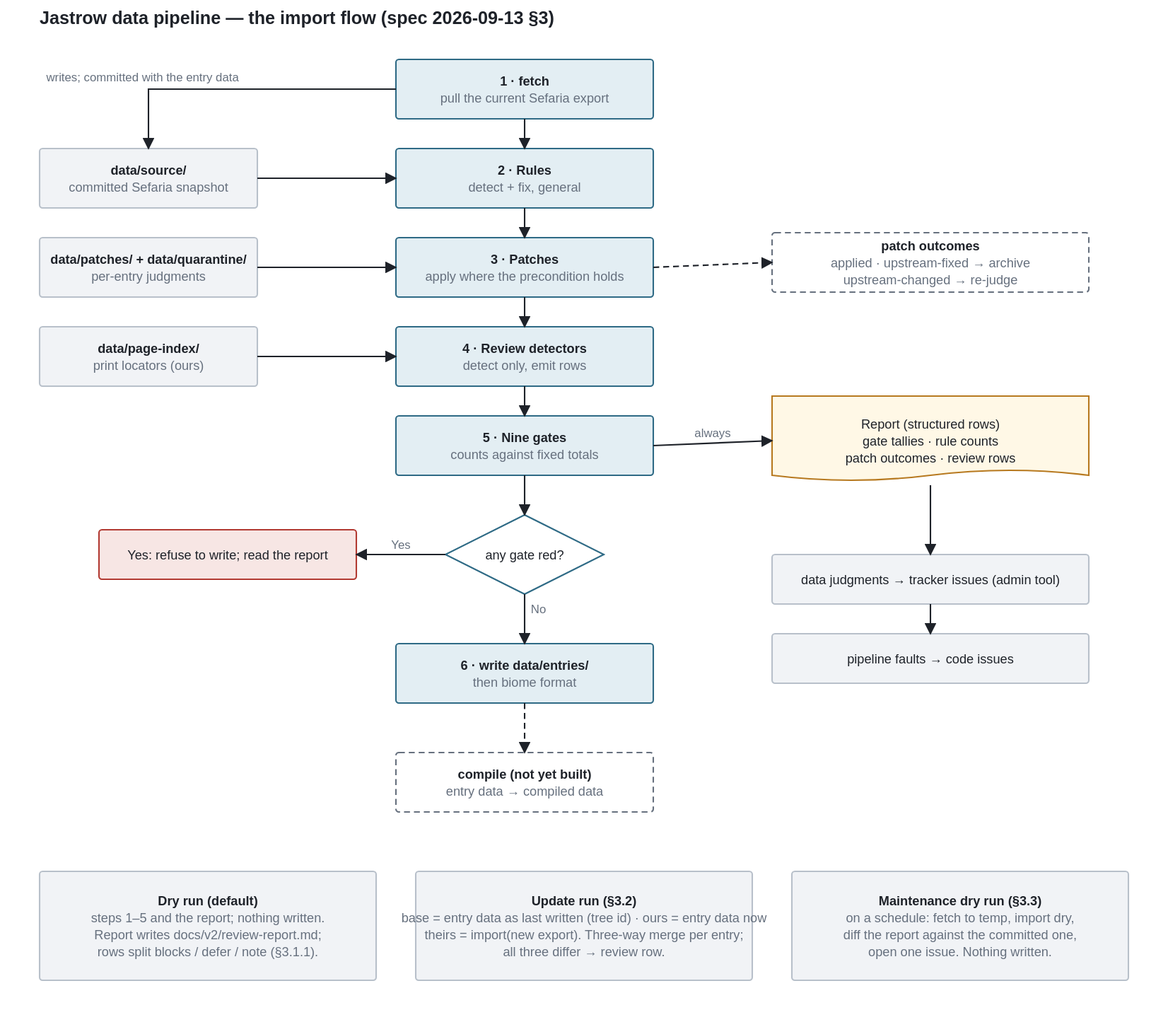
Earlier version of the draw.io export docs/pipeline-flow.drawio.svg (UniquePixels/jastrow). Source tidied: cells renumbered, new cells last; positions are measured from the earlier drawing's top-left corner, leaving out a move shared by most shapes.
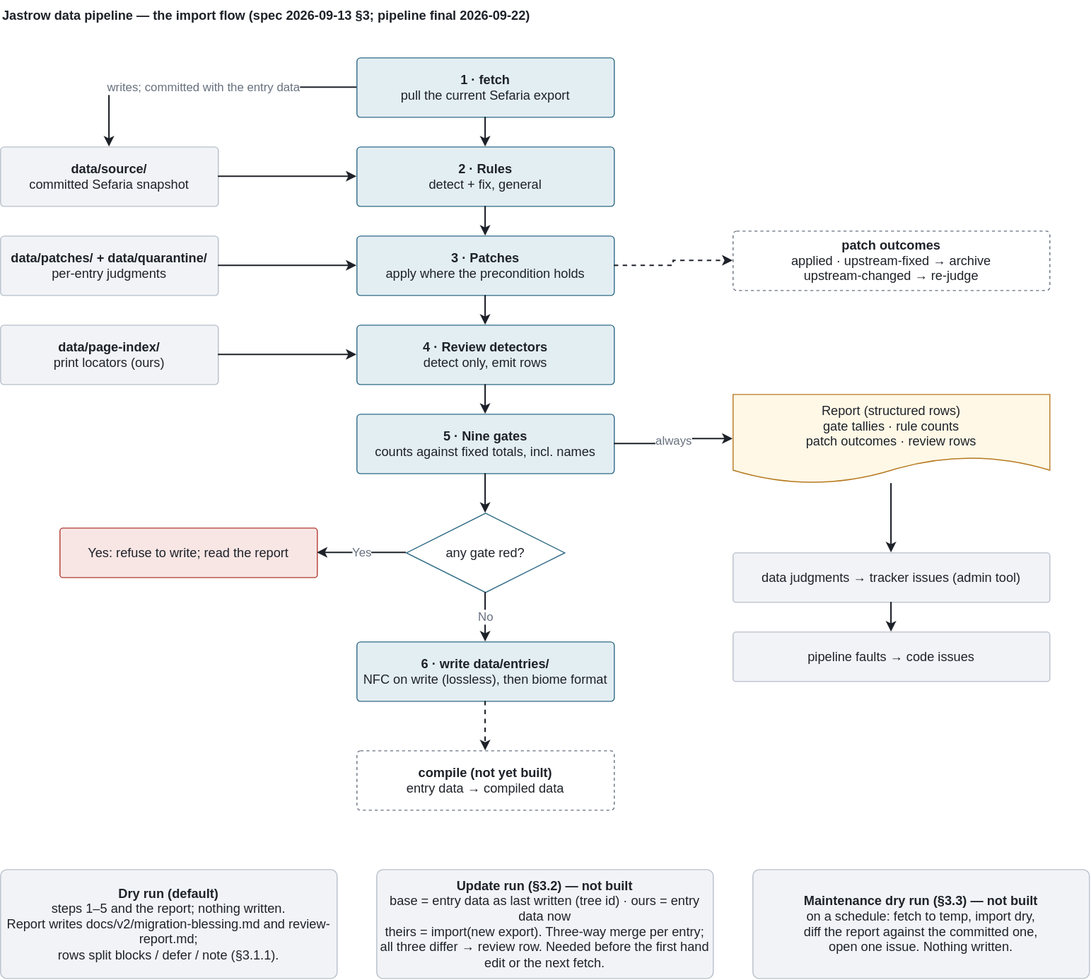
Later version of the same file.

Commit message:
📖 doc(flow): mark the unbuilt runs, note nfc

The update run and the maintenance dry run are designed, not
built; the write step now normalizes to NFC; the dry run names
both generated documents; the nine gates include names. The
slug-index input was already absent after #129.

The edit, as a diff of the source:
```diff
@@ -2,7 +2,7 @@
   <root>
     <mxCell id="0" />
     <mxCell id="1" parent="0" />
-    <mxCell id="2" value="Jastrow data pipeline — the import flow (spec 2026-09-13 §3)" style="text;html=1;align=left;verticalAlign=middle;fontSize=18;fontStyle=1;fontFamily=Helvetica;fontSize=13;fontColor=#1E2229;" parent="1" vertex="1">
+    <mxCell id="2" value="Jastrow data pipeline — the import flow (spec 2026-09-13 §3; pipeline final 2026-09-22)" style="text;html=1;align=left;verticalAlign=middle;fontSize=18;fontStyle=1;fontFamily=Helvetica;fontSize=13;fontColor=#1E2229;" parent="1" vertex="1">
       <mxGeometry width="700" height="30" as="geometry" />
     </mxCell>
     <mxCell id="3" value="&lt;b&gt;data/source/&lt;/b&gt;&lt;br&gt;committed Sefaria snapshot" style="rounded=1;arcSize=6;whiteSpace=wrap;html=1;fontFamily=Helvetica;fontSize=13;fontColor=#1E2229;fillColor=#F1F3F6;strokeColor=#B8C0CA;" parent="1" vertex="1">
@@ -26,13 +26,13 @@
     <mxCell id="9" value="&lt;b&gt;4 · Review detectors&lt;/b&gt;&lt;br&gt;detect only, emit rows" style="rounded=1;arcSize=6;whiteSpace=wrap;html=1;fontFamily=Helvetica;fontSize=13;fontColor=#1E2229;fillColor=#E3EEF3;strokeColor=#2E6A85;" parent="1" vertex="1">
       <mxGeometry x="360" y="328" width="260" height="60" as="geometry" />
     </mxCell>
-    <mxCell id="10" value="&lt;b&gt;5 · Nine gates&lt;/b&gt;&lt;br&gt;counts against fixed totals" style="rounded=1;arcSize=6;whiteSpace=wrap;html=1;fontFamily=Helvetica;fontSize=13;fontColor=#1E2229;fillColor=#E3EEF3;strokeColor=#2E6A85;" parent="1" vertex="1">
+    <mxCell id="10" value="&lt;b&gt;5 · Nine gates&lt;/b&gt;&lt;br&gt;counts against fixed totals, incl. names" style="rounded=1;arcSize=6;whiteSpace=wrap;html=1;fontFamily=Helvetica;fontSize=13;fontColor=#1E2229;fillColor=#E3EEF3;strokeColor=#2E6A85;" parent="1" vertex="1">
       <mxGeometry x="360" y="418" width="260" height="60" as="geometry" />
     </mxCell>
     <mxCell id="11" value="any gate red?" style="rhombus;whiteSpace=wrap;html=1;fontFamily=Helvetica;fontSize=13;fontColor=#1E2229;fillColor=#FFFFFF;strokeColor=#2E6A85;" parent="1" vertex="1">
       <mxGeometry x="410" y="518" width="160" height="80" as="geometry" />
     </mxCell>
-    <mxCell id="12" value="&lt;b&gt;6 · write data/entries/&lt;/b&gt;&lt;br&gt;then biome format" style="rounded=1;arcSize=6;whiteSpace=wrap;html=1;fontFamily=Helvetica;fontSize=13;fontColor=#1E2229;fillColor=#E3EEF3;strokeColor=#2E6A85;" parent="1" vertex="1">
+    <mxCell id="12" value="&lt;b&gt;6 · write data/entries/&lt;/b&gt;&lt;br&gt;NFC on write (lossless), then biome format" style="rounded=1;arcSize=6;whiteSpace=wrap;html=1;fontFamily=Helvetica;fontSize=13;fontColor=#1E2229;fillColor=#E3EEF3;strokeColor=#2E6A85;" parent="1" vertex="1">
       <mxGeometry x="360" y="648" width="260" height="60" as="geometry" />
     </mxCell>
     <mxCell id="13" value="&lt;b&gt;compile (not yet built)&lt;/b&gt;&lt;br&gt;entry data → compiled data" style="rounded=1;arcSize=6;whiteSpace=wrap;html=1;fontFamily=Helvetica;fontSize=13;fontColor=#1E2229;fillColor=#FFFFFF;strokeColor=#66707E;dashed=1;" parent="1" vertex="1">
@@ -53,13 +53,13 @@
     <mxCell id="18" value="pipeline faults → code issues" style="rounded=1;arcSize=6;whiteSpace=wrap;html=1;fontFamily=Helvetica;fontSize=13;fontColor=#1E2229;fillColor=#F1F3F6;strokeColor=#B8C0CA;" parent="1" vertex="1">
       <mxGeometry x="740" y="638" width="320" height="50" as="geometry" />
     </mxCell>
-    <mxCell id="19" value="&lt;b&gt;Dry run (default)&lt;/b&gt;&lt;br&gt;steps 1–5 and the report; nothing written.&lt;br&gt;Report writes docs/v2/review-report.md;&lt;br&gt;rows split blocks / defer / note (§3.1.1)." style="rounded=1;arcSize=6;whiteSpace=wrap;html=1;fontFamily=Helvetica;fontSize=13;fontColor=#1E2229;fillColor=#F1F3F6;strokeColor=#B8C0CA;" parent="1" vertex="1">
+    <mxCell id="19" value="&lt;b&gt;Dry run (default)&lt;/b&gt;&lt;br&gt;steps 1–5 and the report; nothing written.&lt;br&gt;Report writes docs/v2/migration-blessing.md and review-report.md;&lt;br&gt;rows split blocks / defer / note (§3.1.1)." style="rounded=1;arcSize=6;whiteSpace=wrap;html=1;fontFamily=Helvetica;fontSize=13;fontColor=#1E2229;fillColor=#F1F3F6;strokeColor=#B8C0CA;" parent="1" vertex="1">
       <mxGeometry y="878" width="340" height="110" as="geometry" />
     </mxCell>
-    <mxCell id="20" value="&lt;b&gt;Update run (§3.2)&lt;/b&gt;&lt;br&gt;base = entry data as last written (tree id) · ours = entry data now&lt;br&gt;theirs = import(new export). Three-way merge per entry;&lt;br&gt;all three differ → review row." style="rounded=1;arcSize=6;whiteSpace=wrap;html=1;fontFamily=Helvetica;fontSize=13;fontColor=#1E2229;fillColor=#F1F3F6;strokeColor=#B8C0CA;" parent="1" vertex="1">
+    <mxCell id="20" value="&lt;b&gt;Update run (§3.2) — not built&lt;/b&gt;&lt;br&gt;base = entry data as last written (tree id) · ours = entry data now&lt;br&gt;theirs = import(new export). Three-way merge per entry;&lt;br&gt;all three differ → review row. Needed before the first hand edit or the next fetch." style="rounded=1;arcSize=6;whiteSpace=wrap;html=1;fontFamily=Helvetica;fontSize=13;fontColor=#1E2229;fillColor=#F1F3F6;strokeColor=#B8C0CA;" parent="1" vertex="1">
       <mxGeometry x="380" y="878" width="340" height="110" as="geometry" />
     </mxCell>
-    <mxCell id="21" value="&lt;b&gt;Maintenance dry run (§3.3)&lt;/b&gt;&lt;br&gt;on a schedule: fetch to temp, import dry,&lt;br&gt;diff the report against the committed one,&lt;br&gt;open one issue. Nothing written." style="rounded=1;arcSize=6;whiteSpace=wrap;html=1;fontFamily=Helvetica;fontSize=13;fontColor=#1E2229;fillColor=#F1F3F6;strokeColor=#B8C0CA;" parent="1" vertex="1">
+    <mxCell id="21" value="&lt;b&gt;Maintenance dry run (§3.3) — not built&lt;/b&gt;&lt;br&gt;on a schedule: fetch to temp, import dry,&lt;br&gt;diff the report against the committed one,&lt;br&gt;open one issue. Nothing written." style="rounded=1;arcSize=6;whiteSpace=wrap;html=1;fontFamily=Helvetica;fontSize=13;fontColor=#1E2229;fillColor=#F1F3F6;strokeColor=#B8C0CA;" parent="1" vertex="1">
       <mxGeometry x="760" y="878" width="340" height="110" as="geometry" />
     </mxCell>
     <mxCell id="22" style="edgeStyle=orthogonalEdgeStyle;rounded=0;html=1;strokeColor=#1E2229;strokeWidth=1.5;fontSize=12;fontColor=#66707E;" parent="1" edge="1" source="6" target="7">
```
